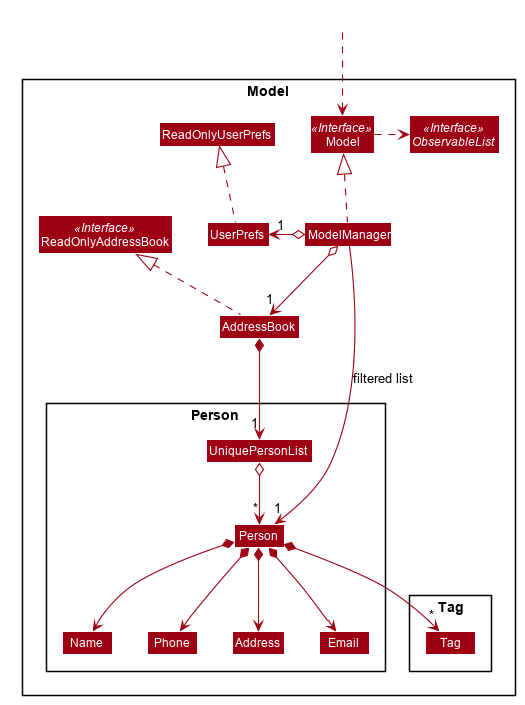
Earlier version of the PlantUML export docs/images/ModelClassDiagram.png (nus-cs2103-AY1920S2/addressbook-level3).
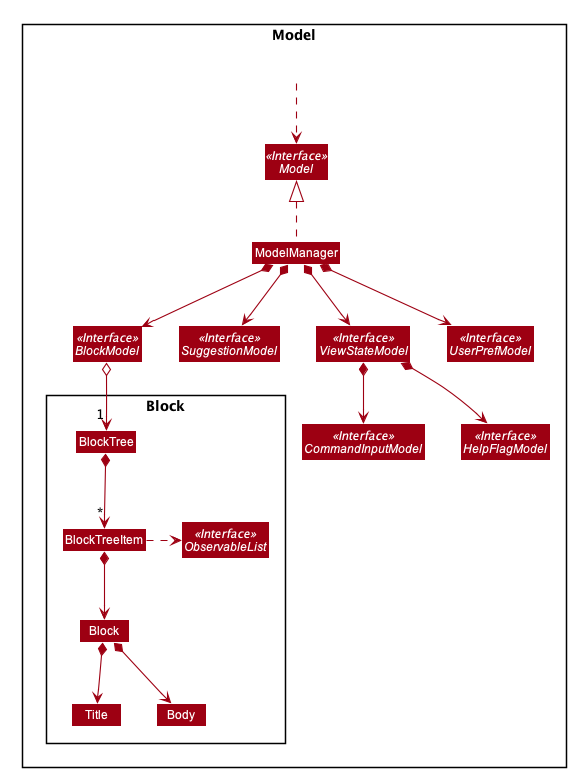
After the commit.

Commit message:
Export ModelClassDiagram

Change to the diagram source:
```diff
@@ -52,52 +52,42 @@
 skinparam classBackgroundColor #9D0012
 
 Package Model <<Rectangle>>{
-Interface ReadOnlyAddressBook <<Interface>>
 Interface Model <<Interface>>
+Interface BlockModel <<Interface>>
+Interface SuggestionModel <<Interface>>
+Interface ViewStateModel <<Interface>>
+Interface UserPrefModel <<Interface>>
+Interface CommandInputModel <<Interface>>
+Interface HelpFlagModel <<Interface>>
+Class ModelManager
+
+Package Block {
 Interface ObservableList <<Interface>>
-Class AddressBook
-Class ReadOnlyAddressBook
-Class Model
-Class ModelManager
-Class UserPrefs
-Class ReadOnlyUserPrefs
-
-Package Person {
-Class Person
-Class Address
-Class Email
-Class Name
-Class Phone
-Class UniquePersonList
-}
-
-Package Tag {
-Class Tag
-}
+Class BlockTree
+Class BlockTreeItem
+Class Block
+Class Title
+Class Body
 }
 
 Class HiddenOutside #FFFFFF
 HiddenOutside ..> Model
 
-AddressBook .up.|> ReadOnlyAddressBook
+ModelManager .up.|> Model
 
-ModelManager .up.|> Model
-Model .right.> ObservableList
-ModelManager o--> "1" AddressBook
-ModelManager o-left-> "1" UserPrefs
-UserPrefs .up.|> ReadOnlyUserPrefs
+ModelManager *-down-> BlockModel
+ModelManager *-down-> SuggestionModel
+ModelManager *-down-> ViewStateModel
+ModelManager *-down-> UserPrefModel
+ViewStateModel *-down-> CommandInputModel
+ViewStateModel *-down-> HelpFlagModel
 
-AddressBook *--> "1" UniquePersonList
-UniquePersonList o--> "*" Person
-Person *--> Name
-Person *--> Phone
-Person *--> Email
-Person *--> Address
-Person *--> "*" Tag
+BlockModel o-down-> "1" BlockTree
 
-Name -[hidden]right-> Phone
-Phone -[hidden]right-> Address
-Address -[hidden]right-> Email
+BlockTree *--> "*" BlockTreeItem
+BlockTreeItem *--> Block
+BlockTreeItem .right.> ObservableList
+Block *-->  Title
+Block *-->  Body
 
-ModelManager -->"1" Person : filtered list
 @enduml
```
